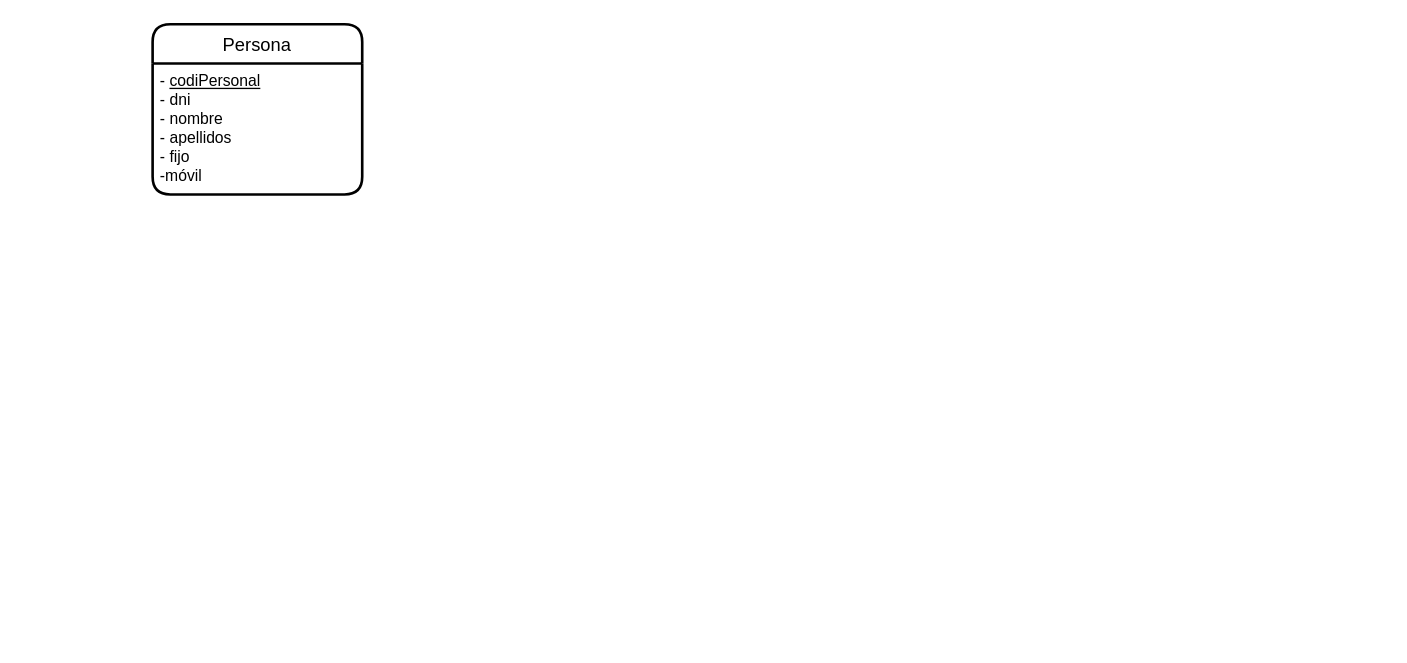
This is ex18.drawio from JuanMarinG/TA12_MYSQL, a draw.io file, before an edit. Source tidied: cells renumbered, new cells numbered last; positions are measured from the earlier drawing's top-left corner, leaving out a move shared by most shapes. Both pictures are drawn from the tidied source at 131%, with x=0, y=0 at pixel (152, 24).
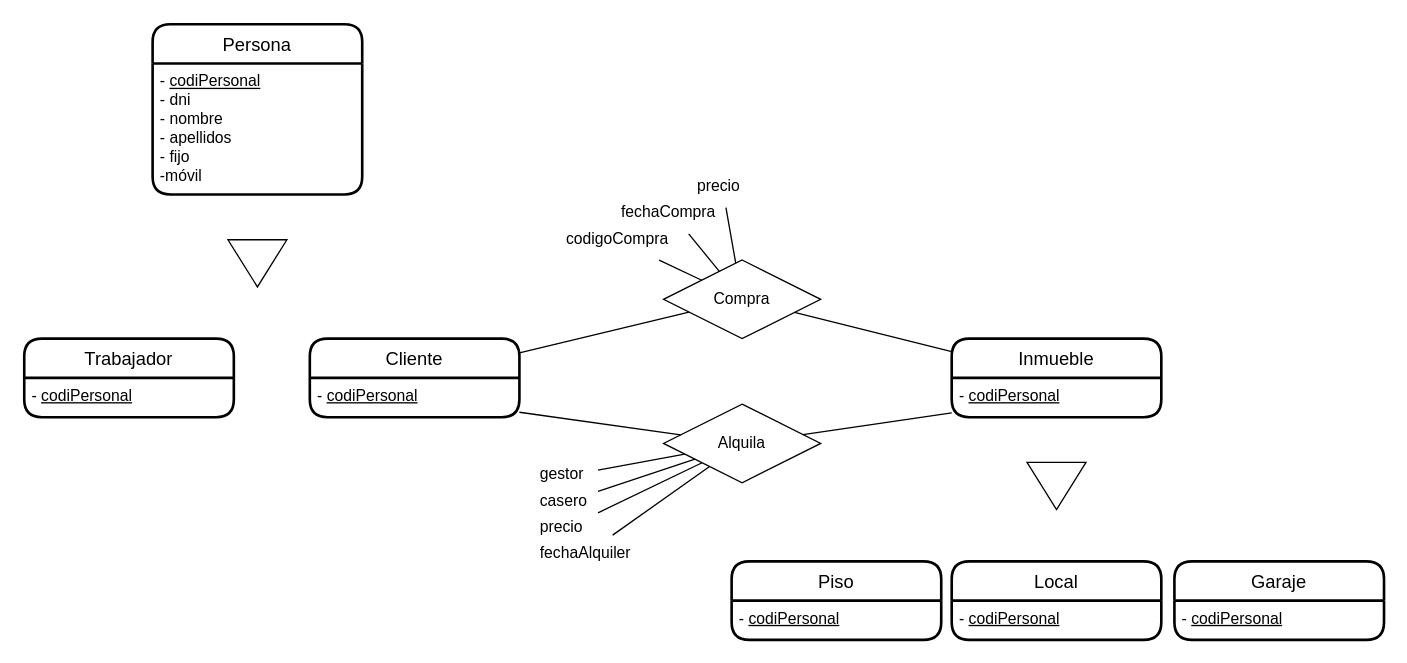
After the change.

The edit, as a diff of the source:
```diff
@@
+    <mxCell id="5" style="triangle;whiteSpace=wrap;html=1;rotation=90;" parent="1" vertex="1">
+      <mxGeometry x="62" y="160" width="36" height="45" as="geometry" />
+    </mxCell>
+    <mxCell id="6" value="Cliente" style="swimlane;horizontal=1;startSize=30;rounded=1;fontSize=14;fontStyle=0;strokeWidth=2;shadow=0;align=center;fillStyle=auto;gradientColor=none;swimlaneFillColor=none;fillColor=default;sketch=0;glass=0;swimlaneLine=1;perimeterSpacing=0;" parent="1" vertex="1">
+      <mxGeometry x="120" y="240" width="160" height="60" as="geometry" />
+    </mxCell>
+    <mxCell id="7" value="- &lt;u&gt;codiPersonal&lt;/u&gt;" style="text;html=1;align=left;verticalAlign=top;points=[];strokeColor=none;fillColor=none;spacingLeft=4;" parent="6" vertex="1">
+      <mxGeometry y="30" width="160" height="30" as="geometry" />
+    </mxCell>
+    <mxCell id="8" value="Trabajador" style="swimlane;horizontal=1;startSize=30;rounded=1;fontSize=14;fontStyle=0;strokeWidth=2;shadow=0;align=center;fillStyle=auto;gradientColor=none;swimlaneFillColor=none;fillColor=default;sketch=0;glass=0;swimlaneLine=1;perimeterSpacing=0;" parent="1" vertex="1">
+      <mxGeometry x="-98" y="240" width="160" height="60" as="geometry" />
+    </mxCell>
+    <mxCell id="9" value="- &lt;u&gt;codiPersonal&lt;/u&gt;" style="text;html=1;align=left;verticalAlign=top;strokeColor=none;fillColor=none;spacingLeft=4;" parent="8" vertex="1">
+      <mxGeometry y="30" width="160" height="30" as="geometry" />
+    </mxCell>
+    <mxCell id="10" value="Compra" style="shape=rhombus;perimeter=rhombusPerimeter;whiteSpace=wrap;html=1;align=center;" parent="1" vertex="1">
+      <mxGeometry x="390" y="180" width="120" height="60" as="geometry" />
+    </mxCell>
+    <mxCell id="11" value="Alquila" style="shape=rhombus;perimeter=rhombusPerimeter;whiteSpace=wrap;html=1;align=center;" parent="1" vertex="1">
+      <mxGeometry x="390" y="290" width="120" height="60" as="geometry" />
+    </mxCell>
+    <mxCell id="12" value="Inmueble" style="swimlane;horizontal=1;startSize=30;rounded=1;fontSize=14;fontStyle=0;strokeWidth=2;shadow=0;align=center;fillStyle=auto;gradientColor=none;swimlaneFillColor=none;fillColor=default;sketch=0;glass=0;swimlaneLine=1;perimeterSpacing=0;" parent="1" vertex="1">
+      <mxGeometry x="610" y="240" width="160" height="60" as="geometry" />
+    </mxCell>
+    <mxCell id="13" value="- &lt;u&gt;codiPersonal&lt;/u&gt;" style="text;html=1;align=left;verticalAlign=top;points=[];strokeColor=none;fillColor=none;spacingLeft=4;" parent="12" vertex="1">
+      <mxGeometry y="30" width="160" height="30" as="geometry" />
+    </mxCell>
+    <mxCell id="14" style="triangle;whiteSpace=wrap;html=1;rotation=90;" parent="1" vertex="1">
+      <mxGeometry x="672" y="330" width="36" height="45" as="geometry" />
+    </mxCell>
+    <mxCell id="15" value="Piso" style="swimlane;horizontal=1;startSize=30;rounded=1;fontSize=14;fontStyle=0;strokeWidth=2;shadow=0;align=center;fillStyle=auto;gradientColor=none;swimlaneFillColor=none;fillColor=default;sketch=0;glass=0;swimlaneLine=1;perimeterSpacing=0;" parent="1" vertex="1">
+      <mxGeometry x="442" y="410" width="160" height="60" as="geometry" />
+    </mxCell>
+    <mxCell id="16" value="- &lt;u&gt;codiPersonal&lt;/u&gt;" style="text;html=1;align=left;verticalAlign=top;strokeColor=none;fillColor=none;spacingLeft=4;" parent="15" vertex="1">
+      <mxGeometry y="30" width="160" height="30" as="geometry" />
+    </mxCell>
+    <mxCell id="17" value="Local" style="swimlane;horizontal=1;startSize=30;rounded=1;fontSize=14;fontStyle=0;strokeWidth=2;shadow=0;align=center;fillStyle=auto;gradientColor=none;swimlaneFillColor=none;fillColor=default;sketch=0;glass=0;swimlaneLine=1;perimeterSpacing=0;" parent="1" vertex="1">
+      <mxGeometry x="610" y="410" width="160" height="60" as="geometry" />
+    </mxCell>
+    <mxCell id="18" value="- &lt;u&gt;codiPersonal&lt;/u&gt;" style="text;html=1;align=left;verticalAlign=top;strokeColor=none;fillColor=none;spacingLeft=4;" parent="17" vertex="1">
+      <mxGeometry y="30" width="160" height="30" as="geometry" />
+    </mxCell>
+    <mxCell id="19" value="Garaje" style="swimlane;horizontal=1;startSize=30;rounded=1;fontSize=14;fontStyle=0;strokeWidth=2;shadow=0;align=center;fillStyle=auto;gradientColor=none;swimlaneFillColor=none;fillColor=default;sketch=0;glass=0;swimlaneLine=1;perimeterSpacing=0;" parent="1" vertex="1">
+      <mxGeometry x="780" y="410" width="160" height="60" as="geometry" />
+    </mxCell>
+    <mxCell id="20" value="- &lt;u&gt;codiPersonal&lt;/u&gt;" style="text;html=1;align=left;verticalAlign=top;strokeColor=none;fillColor=none;spacingLeft=4;" parent="19" vertex="1">
+      <mxGeometry y="30" width="160" height="30" as="geometry" />
+    </mxCell>
+    <mxCell id="21" value="gestor" style="text;strokeColor=none;fillColor=none;spacingLeft=4;spacingRight=4;overflow=hidden;points=[[0,0.5],[1,0.5]];portConstraint=eastwest;fontSize=12;" parent="1" vertex="1">
+      <mxGeometry x="290" y="330" width="50" height="30" as="geometry" />
+    </mxCell>
+    <mxCell id="22" style="endArrow=none;html=1;rounded=0;" parent="1" edge="1" source="6" target="10">
+      <mxGeometry relative="1" as="geometry" />
+    </mxCell>
+    <mxCell id="23" style="endArrow=none;html=1;rounded=0;" parent="1" edge="1" source="7" target="11">
+      <mxGeometry relative="1" as="geometry" />
+    </mxCell>
+    <mxCell id="24" style="endArrow=none;html=1;rounded=0;" parent="1" edge="1" source="11" target="13">
+      <mxGeometry relative="1" as="geometry" />
+    </mxCell>
+    <mxCell id="25" style="endArrow=none;html=1;rounded=0;" parent="1" edge="1" source="10" target="12">
+      <mxGeometry relative="1" as="geometry" />
+    </mxCell>
+    <mxCell id="26" value="casero" style="text;strokeColor=none;fillColor=none;spacingLeft=4;spacingRight=4;overflow=hidden;points=[[0,0.5],[1,0.5]];portConstraint=eastwest;fontSize=12;" parent="1" vertex="1">
+      <mxGeometry x="290" y="350" width="50" height="30" as="geometry" />
+    </mxCell>
+    <mxCell id="27" style="endArrow=none;html=1;rounded=0;" parent="1" edge="1" source="21" target="11">
+      <mxGeometry relative="1" as="geometry" />
+    </mxCell>
+    <mxCell id="28" style="endArrow=none;html=1;rounded=0;" parent="1" edge="1" source="26" target="11">
+      <mxGeometry relative="1" as="geometry" />
+    </mxCell>
+    <mxCell id="29" value="fechaAlquiler" style="text;strokeColor=none;fillColor=none;spacingLeft=4;spacingRight=4;overflow=hidden;points=[[0,0.5],[1,0.5]];portConstraint=eastwest;fontSize=12;" parent="1" vertex="1">
+      <mxGeometry x="290" y="390" width="80" height="30" as="geometry" />
+    </mxCell>
+    <mxCell id="30" value="precio" style="text;strokeColor=none;fillColor=none;spacingLeft=4;spacingRight=4;overflow=hidden;points=[[0,0.5],[1,0.5]];portConstraint=eastwest;fontSize=12;" parent="1" vertex="1">
+      <mxGeometry x="290" y="370" width="50" height="30" as="geometry" />
+    </mxCell>
+    <mxCell id="31" style="endArrow=none;html=1;rounded=0;" parent="1" edge="1" source="29" target="11">
+      <mxGeometry relative="1" as="geometry" />
+    </mxCell>
+    <mxCell id="32" style="endArrow=none;html=1;rounded=0;" parent="1" edge="1" source="30" target="11">
+      <mxGeometry relative="1" as="geometry" />
+    </mxCell>
+    <mxCell id="33" value="precio" style="text;strokeColor=none;fillColor=none;spacingLeft=4;spacingRight=4;overflow=hidden;points=[[0,0.5],[1,0.5]];portConstraint=eastwest;fontSize=12;" parent="1" vertex="1">
+      <mxGeometry x="410" y="110" width="50" height="30" as="geometry" />
+    </mxCell>
+    <mxCell id="34" value="fechaCompra" style="text;strokeColor=none;fillColor=none;spacingLeft=4;spacingRight=4;overflow=hidden;points=[[0,0.5],[1,0.5]];portConstraint=eastwest;fontSize=12;" parent="1" vertex="1">
+      <mxGeometry x="352" y="130" width="90" height="30" as="geometry" />
+    </mxCell>
+    <mxCell id="35" value="codigoCompra" style="text;strokeColor=none;fillColor=none;spacingLeft=4;spacingRight=4;overflow=hidden;points=[[0,0.5],[1,0.5]];portConstraint=eastwest;fontSize=12;" parent="1" vertex="1">
+      <mxGeometry x="310" y="150" width="90" height="30" as="geometry" />
+    </mxCell>
+    <mxCell id="36" style="endArrow=none;html=1;rounded=0;" parent="1" edge="1" source="35" target="10">
+      <mxGeometry relative="1" as="geometry" />
+    </mxCell>
+    <mxCell id="37" style="endArrow=none;html=1;rounded=0;" parent="1" edge="1" source="34" target="10">
+      <mxGeometry relative="1" as="geometry" />
+    </mxCell>
+    <mxCell id="38" style="endArrow=none;html=1;rounded=0;" parent="1" edge="1" source="33" target="10">
+      <mxGeometry relative="1" as="geometry" />
+    </mxCell>
```
